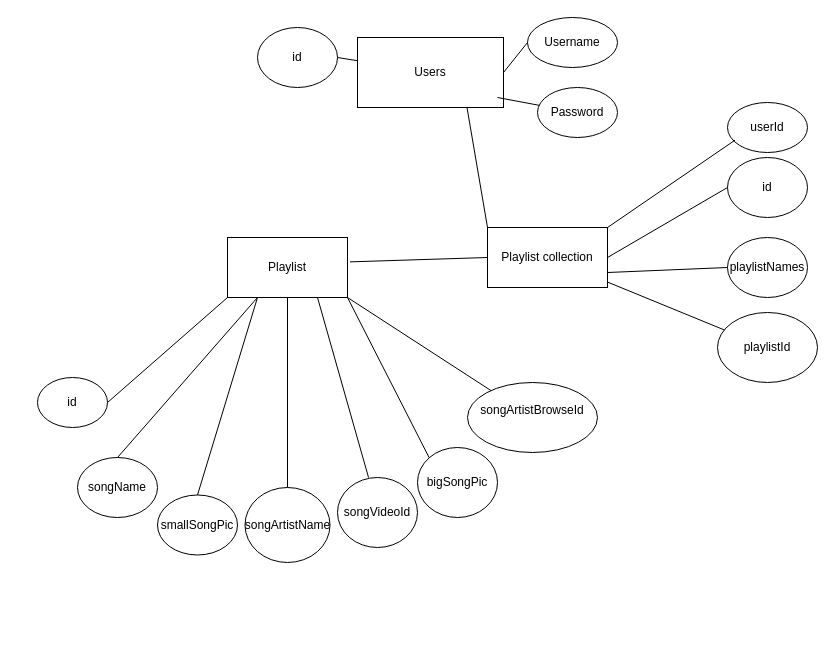
Before: SQLite Database Ljudo.drawio in chinduja-net/Ljudio-group5, a draw.io diagram. Source tidied: cells renumbered, new cells numbered last; positions are measured from the earlier drawing's top-left corner, leaving out a move shared by most shapes. Both pictures are drawn from the tidied source at 100%, with x=0, y=0 at pixel (37, 17).
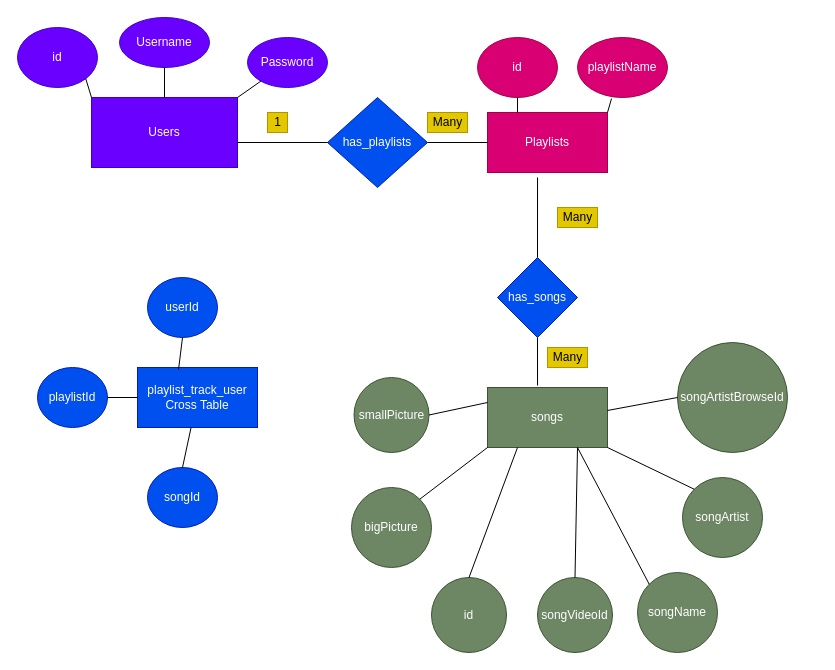
The same diagram, later.

The edit, as a diff of the source:
```diff
@@
-    <mxCell id="2" value="&lt;div&gt;Users&lt;/div&gt;" style="rounded=0;whiteSpace=wrap;html=1;" parent="1" vertex="1">
-      <mxGeometry x="320" y="20" width="146" height="70" as="geometry" />
+    <mxCell id="2" value="&lt;div&gt;Users&lt;/div&gt;" style="rounded=0;whiteSpace=wrap;html=1;fillColor=#6a00ff;strokeColor=#3700CC;fontColor=#ffffff;" parent="1" vertex="1">
+      <mxGeometry x="54" y="80" width="146" height="70" as="geometry" />
     </mxCell>
-    <mxCell id="3" value="Username" style="ellipse;whiteSpace=wrap;html=1;" parent="1" vertex="1">
-      <mxGeometry x="490" width="90" height="50" as="geometry" />
+    <mxCell id="3" value="Username" style="ellipse;whiteSpace=wrap;html=1;fillColor=#6a00ff;strokeColor=#3700CC;fontColor=#ffffff;" parent="1" vertex="1">
+      <mxGeometry x="82" width="90" height="50" as="geometry" />
     </mxCell>
-    <mxCell id="4" value="Password" style="ellipse;whiteSpace=wrap;html=1;" parent="1" vertex="1">
-      <mxGeometry x="500" y="70" width="80" height="50" as="geometry" />
+    <mxCell id="4" value="Password" style="ellipse;whiteSpace=wrap;html=1;fillColor=#6a00ff;strokeColor=#3700CC;fontColor=#ffffff;" parent="1" vertex="1">
+      <mxGeometry x="210" y="20" width="80" height="50" as="geometry" />
     </mxCell>
-    <mxCell id="5" value="Playlist" style="rounded=0;whiteSpace=wrap;html=1;" parent="1" vertex="1">
-      <mxGeometry x="190" y="220" width="120" height="60" as="geometry" />
-    </mxCell>
-    <mxCell id="6" style="endArrow=none;html=1;exitX=1.021;exitY=0.406;exitDx=0;exitDy=0;entryX=0;entryY=0.5;entryDx=0;entryDy=0;exitPerimeter=0;" parent="1" edge="1" source="5" target="17">
-      <mxGeometry relative="1" as="geometry" />
-    </mxCell>
-    <mxCell id="7" value="&lt;div&gt;id&lt;/div&gt;" style="ellipse;whiteSpace=wrap;html=1;" parent="1" vertex="1">
-      <mxGeometry y="360" width="70" height="50" as="geometry" />
-    </mxCell>
-    <mxCell id="8" value="id" style="ellipse;whiteSpace=wrap;html=1;" parent="1" vertex="1">
-      <mxGeometry x="220" y="10" width="80" height="60" as="geometry" />
+    <mxCell id="8" value="id" style="ellipse;whiteSpace=wrap;html=1;fillColor=#6a00ff;strokeColor=#3700CC;fontColor=#ffffff;" parent="1" vertex="1">
+      <mxGeometry x="-20" y="10" width="80" height="60" as="geometry" />
     </mxCell>
-    <mxCell id="9" value="songName" style="ellipse;whiteSpace=wrap;html=1;" parent="1" vertex="1">
-      <mxGeometry x="40" y="440" width="80" height="60" as="geometry" />
-    </mxCell>
-    <mxCell id="10" value="songVideoId" style="ellipse;whiteSpace=wrap;html=1;" parent="1" vertex="1">
-      <mxGeometry x="300" y="460" width="80" height="70" as="geometry" />
-    </mxCell>
-    <mxCell id="11" value="&lt;div&gt;smallSongPic&lt;/div&gt;" style="ellipse;whiteSpace=wrap;html=1;" parent="1" vertex="1">
-      <mxGeometry x="120" y="477.5" width="80" height="60" as="geometry" />
-    </mxCell>
-    <mxCell id="12" value="bigSongPic" style="ellipse;whiteSpace=wrap;html=1;" parent="1" vertex="1">
-      <mxGeometry x="380" y="430" width="80" height="70" as="geometry" />
-    </mxCell>
-    <mxCell id="13" value="songArtistName" style="ellipse;whiteSpace=wrap;html=1;" parent="1" vertex="1">
-      <mxGeometry x="207.5" y="470" width="85" height="75" as="geometry" />
-    </mxCell>
-    <mxCell id="14" value="&lt;div&gt;songArtistBrowseId&lt;/div&gt;&lt;div&gt;&lt;br&gt;&lt;/div&gt;" style="ellipse;whiteSpace=wrap;html=1;" parent="1" vertex="1">
-      <mxGeometry x="430" y="365" width="130" height="70" as="geometry" />
-    </mxCell>
-    <mxCell id="15" style="endArrow=none;html=1;exitX=1;exitY=0.5;exitDx=0;exitDy=0;entryX=0;entryY=1;entryDx=0;entryDy=0;" parent="1" edge="1" source="7" target="5">
-      <mxGeometry relative="1" as="geometry" />
-    </mxCell>
-    <mxCell id="16" style="endArrow=none;html=1;exitX=0.5;exitY=0;exitDx=0;exitDy=0;entryX=0.25;entryY=1;entryDx=0;entryDy=0;" parent="1" edge="1" source="9" target="5">
-      <mxGeometry relative="1" as="geometry" />
-    </mxCell>
-    <mxCell id="17" value="Playlist collection" style="rounded=0;whiteSpace=wrap;html=1;" parent="1" vertex="1">
-      <mxGeometry x="450" y="210" width="120" height="60" as="geometry" />
-    </mxCell>
-    <mxCell id="18" value="&lt;div&gt;userId&lt;/div&gt;" style="ellipse;whiteSpace=wrap;html=1;" parent="1" vertex="1">
-      <mxGeometry x="690" y="85" width="80" height="50" as="geometry" />
-    </mxCell>
-    <mxCell id="19" value="id" style="ellipse;whiteSpace=wrap;html=1;" parent="1" vertex="1">
-      <mxGeometry x="690" y="140" width="80" height="60" as="geometry" />
-    </mxCell>
-    <mxCell id="20" value="playlistNames" style="ellipse;whiteSpace=wrap;html=1;" parent="1" vertex="1">
-      <mxGeometry x="690" y="220" width="80" height="60" as="geometry" />
-    </mxCell>
-    <mxCell id="21" style="endArrow=none;html=1;exitX=0.75;exitY=1;exitDx=0;exitDy=0;entryX=0;entryY=0;entryDx=0;entryDy=0;" parent="1" edge="1" source="2" target="17">
-      <mxGeometry relative="1" as="geometry" />
-    </mxCell>
-    <mxCell id="22" value="playlistId" style="ellipse;whiteSpace=wrap;html=1;" parent="1" vertex="1">
-      <mxGeometry x="680" y="295" width="100" height="70" as="geometry" />
-    </mxCell>
-    <mxCell id="23" style="endArrow=none;html=1;" parent="1" edge="1" source="22" target="17">
-      <mxGeometry relative="1" as="geometry" />
-    </mxCell>
-    <mxCell id="24" style="endArrow=none;html=1;exitX=0;exitY=0.5;exitDx=0;exitDy=0;entryX=1;entryY=0.75;entryDx=0;entryDy=0;" parent="1" edge="1" source="20" target="17">
-      <mxGeometry relative="1" as="geometry" />
-    </mxCell>
-    <mxCell id="25" style="endArrow=none;html=1;exitX=0;exitY=0.5;exitDx=0;exitDy=0;entryX=1;entryY=0.5;entryDx=0;entryDy=0;" parent="1" edge="1" source="19" target="17">
-      <mxGeometry relative="1" as="geometry" />
-    </mxCell>
-    <mxCell id="26" style="endArrow=none;html=1;exitX=0.094;exitY=0.753;exitDx=0;exitDy=0;exitPerimeter=0;entryX=1;entryY=0;entryDx=0;entryDy=0;" parent="1" edge="1" source="18" target="17">
-      <mxGeometry relative="1" as="geometry" />
-    </mxCell>
-    <mxCell id="27" style="endArrow=none;html=1;exitX=0.5;exitY=0;exitDx=0;exitDy=0;entryX=0.25;entryY=1;entryDx=0;entryDy=0;" parent="1" edge="1" source="11" target="5">
-      <mxGeometry relative="1" as="geometry" />
-    </mxCell>
-    <mxCell id="28" style="endArrow=none;html=1;exitX=0.5;exitY=0;exitDx=0;exitDy=0;entryX=0.5;entryY=1;entryDx=0;entryDy=0;" parent="1" edge="1" source="13" target="5">
-      <mxGeometry relative="1" as="geometry" />
-    </mxCell>
-    <mxCell id="29" style="endArrow=none;html=1;exitX=0.388;exitY=0;exitDx=0;exitDy=0;exitPerimeter=0;entryX=0.75;entryY=1;entryDx=0;entryDy=0;" parent="1" edge="1" source="10" target="5">
-      <mxGeometry relative="1" as="geometry" />
-    </mxCell>
-    <mxCell id="30" style="endArrow=none;html=1;entryX=1;entryY=1;entryDx=0;entryDy=0;exitX=0;exitY=0;exitDx=0;exitDy=0;" parent="1" edge="1" source="12" target="5">
-      <mxGeometry relative="1" as="geometry" />
-    </mxCell>
-    <mxCell id="31" style="endArrow=none;html=1;exitX=1;exitY=1;exitDx=0;exitDy=0;" parent="1" edge="1" source="5" target="14">
-      <mxGeometry relative="1" as="geometry" />
-    </mxCell>
-    <mxCell id="32" style="endArrow=none;html=1;exitX=1;exitY=0.5;exitDx=0;exitDy=0;" parent="1" edge="1" source="8" target="2">
+    <mxCell id="32" style="endArrow=none;html=1;exitX=1;exitY=1;exitDx=0;exitDy=0;entryX=0;entryY=0;entryDx=0;entryDy=0;" parent="1" edge="1" source="8" target="2">
       <mxGeometry relative="1" as="geometry" />
     </mxCell>
-    <mxCell id="33" style="endArrow=none;html=1;" parent="1" edge="1" target="4">
-      <mxGeometry relative="1" as="geometry">
-        <mxPoint x="460" y="80" as="sourcePoint" />
-      </mxGeometry>
+    <mxCell id="33" style="endArrow=none;html=1;exitX=1;exitY=0;exitDx=0;exitDy=0;" parent="1" edge="1" source="2" target="4">
+      <mxGeometry relative="1" as="geometry" />
     </mxCell>
-    <mxCell id="34" style="endArrow=none;html=1;entryX=1;entryY=0.5;entryDx=0;entryDy=0;exitX=0;exitY=0.5;exitDx=0;exitDy=0;" parent="1" edge="1" source="3" target="2">
+    <mxCell id="34" style="endArrow=none;html=1;entryX=0.5;entryY=0;entryDx=0;entryDy=0;exitX=0.5;exitY=1;exitDx=0;exitDy=0;" parent="1" edge="1" source="3" target="2">
       <mxGeometry relative="1" as="geometry" />
     </mxCell>
+    <mxCell id="35" value="playlist_track_user&lt;br&gt;Cross Table" style="rounded=0;whiteSpace=wrap;html=1;fillColor=#0050ef;strokeColor=#001DBC;fontColor=#ffffff;" parent="1" vertex="1">
+      <mxGeometry x="100" y="350" width="120" height="60" as="geometry" />
+    </mxCell>
+    <mxCell id="36" value="has_playlists" style="rhombus;whiteSpace=wrap;html=1;fillColor=#0050ef;strokeColor=#001DBC;fontColor=#ffffff;" parent="1" vertex="1">
+      <mxGeometry x="290" y="80" width="100" height="90" as="geometry" />
+    </mxCell>
+    <mxCell id="37" style="endArrow=none;html=1;entryX=0;entryY=0.5;entryDx=0;entryDy=0;" parent="1" edge="1" target="36">
+      <mxGeometry relative="1" as="geometry">
+        <mxPoint x="200" y="125" as="sourcePoint" />
+      </mxGeometry>
+    </mxCell>
+    <mxCell id="38" value="&lt;div&gt;Playlists&lt;/div&gt;" style="rounded=0;whiteSpace=wrap;html=1;fillColor=#d80073;strokeColor=#A50040;fontColor=#ffffff;" parent="1" vertex="1">
+      <mxGeometry x="450" y="95" width="120" height="60" as="geometry" />
+    </mxCell>
+    <mxCell id="39" style="endArrow=none;html=1;exitX=1;exitY=0.5;exitDx=0;exitDy=0;entryX=0;entryY=0.5;entryDx=0;entryDy=0;" parent="1" edge="1" source="36" target="38">
+      <mxGeometry relative="1" as="geometry" />
+    </mxCell>
+    <mxCell id="40" value="id" style="ellipse;whiteSpace=wrap;html=1;fillColor=#d80073;strokeColor=#A50040;fontColor=#ffffff;" parent="1" vertex="1">
+      <mxGeometry x="440" y="20" width="80" height="60" as="geometry" />
+    </mxCell>
+    <mxCell id="41" value="playlistName" style="ellipse;whiteSpace=wrap;html=1;fillColor=#d80073;strokeColor=#A50040;fontColor=#ffffff;" parent="1" vertex="1">
+      <mxGeometry x="540" y="20" width="90" height="60" as="geometry" />
+    </mxCell>
+    <mxCell id="42" style="endArrow=none;html=1;entryX=0.378;entryY=1.017;entryDx=0;entryDy=0;exitX=1;exitY=0;exitDx=0;exitDy=0;entryPerimeter=0;" parent="1" edge="1" source="38" target="41">
+      <mxGeometry relative="1" as="geometry" />
+    </mxCell>
+    <mxCell id="43" style="endArrow=none;html=1;exitX=0.25;exitY=0;exitDx=0;exitDy=0;entryX=0.5;entryY=1;entryDx=0;entryDy=0;" parent="1" edge="1" source="38" target="40">
+      <mxGeometry relative="1" as="geometry" />
+    </mxCell>
+    <mxCell id="44" value="has_songs" style="rhombus;whiteSpace=wrap;html=1;fillColor=#0050ef;strokeColor=#001DBC;fontColor=#ffffff;" parent="1" vertex="1">
+      <mxGeometry x="460" y="240" width="80" height="80" as="geometry" />
+    </mxCell>
+    <mxCell id="45" style="endArrow=none;html=1;exitX=0.417;exitY=1.083;exitDx=0;exitDy=0;exitPerimeter=0;entryX=0.5;entryY=0;entryDx=0;entryDy=0;" parent="1" edge="1" source="38" target="44">
+      <mxGeometry relative="1" as="geometry" />
+    </mxCell>
+    <mxCell id="46" value="songs" style="rounded=0;whiteSpace=wrap;html=1;fillColor=#6d8764;strokeColor=#3A5431;fontColor=#ffffff;" parent="1" vertex="1">
+      <mxGeometry x="450" y="370" width="120" height="60" as="geometry" />
+    </mxCell>
+    <mxCell id="47" style="endArrow=none;html=1;exitX=0.417;exitY=-0.033;exitDx=0;exitDy=0;entryX=0.5;entryY=1;entryDx=0;entryDy=0;exitPerimeter=0;" parent="1" edge="1" source="46" target="44">
+      <mxGeometry relative="1" as="geometry" />
+    </mxCell>
+    <mxCell id="48" value="id" style="ellipse;whiteSpace=wrap;html=1;fillColor=#6d8764;strokeColor=#3A5431;fontColor=#ffffff;" parent="1" vertex="1">
+      <mxGeometry x="394" y="560" width="75" height="75" as="geometry" />
+    </mxCell>
+    <mxCell id="9" value="songName" style="ellipse;whiteSpace=wrap;html=1;fillColor=#6d8764;strokeColor=#3A5431;fontColor=#ffffff;" parent="1" vertex="1">
+      <mxGeometry x="600" y="555" width="80" height="80" as="geometry" />
+    </mxCell>
+    <mxCell id="49" value="&lt;div&gt;songArtist&lt;/div&gt;" style="ellipse;whiteSpace=wrap;html=1;fillColor=#6d8764;strokeColor=#3A5431;fontColor=#ffffff;" parent="1" vertex="1">
+      <mxGeometry x="645" y="460" width="80" height="80" as="geometry" />
+    </mxCell>
+    <mxCell id="50" value="smallPicture" style="ellipse;whiteSpace=wrap;html=1;fillColor=#6d8764;strokeColor=#3A5431;fontColor=#ffffff;" parent="1" vertex="1">
+      <mxGeometry x="316.5" y="360" width="75" height="75" as="geometry" />
+    </mxCell>
+    <mxCell id="51" value="&lt;div&gt;bigPicture&lt;/div&gt;" style="ellipse;whiteSpace=wrap;html=1;rotation=0;fillColor=#6d8764;strokeColor=#3A5431;fontColor=#ffffff;" parent="1" vertex="1">
+      <mxGeometry x="314" y="470" width="80" height="80" as="geometry" />
+    </mxCell>
+    <mxCell id="10" value="songVideoId" style="ellipse;whiteSpace=wrap;html=1;fillColor=#6d8764;strokeColor=#3A5431;fontColor=#ffffff;" parent="1" vertex="1">
+      <mxGeometry x="500" y="560" width="75" height="75" as="geometry" />
+    </mxCell>
+    <mxCell id="14" value="songArtistBrowseId" style="ellipse;whiteSpace=wrap;html=1;fillColor=#6d8764;strokeColor=#3A5431;fontColor=#ffffff;" parent="1" vertex="1">
+      <mxGeometry x="640" y="325" width="110" height="110" as="geometry" />
+    </mxCell>
+    <mxCell id="52" style="endArrow=none;html=1;exitX=1;exitY=0.5;exitDx=0;exitDy=0;entryX=0;entryY=0.25;entryDx=0;entryDy=0;" parent="1" edge="1" source="50" target="46">
+      <mxGeometry relative="1" as="geometry" />
+    </mxCell>
+    <mxCell id="53" style="endArrow=none;html=1;exitX=1;exitY=0;exitDx=0;exitDy=0;" parent="1" edge="1" source="51">
+      <mxGeometry relative="1" as="geometry">
+        <mxPoint x="450" y="430" as="targetPoint" />
+        <Array as="points">
+          <mxPoint x="450" y="430" />
+        </Array>
+      </mxGeometry>
+    </mxCell>
+    <mxCell id="54" style="endArrow=none;html=1;exitX=0.5;exitY=0;exitDx=0;exitDy=0;entryX=0.25;entryY=1;entryDx=0;entryDy=0;" parent="1" edge="1" source="48" target="46">
+      <mxGeometry relative="1" as="geometry" />
+    </mxCell>
+    <mxCell id="55" style="endArrow=none;html=1;exitX=0.5;exitY=0;exitDx=0;exitDy=0;entryX=0.75;entryY=1;entryDx=0;entryDy=0;" parent="1" edge="1" source="10" target="46">
+      <mxGeometry relative="1" as="geometry" />
+    </mxCell>
+    <mxCell id="56" style="endArrow=none;html=1;exitX=0;exitY=0;exitDx=0;exitDy=0;entryX=0.75;entryY=1;entryDx=0;entryDy=0;" parent="1" edge="1" source="9" target="46">
+      <mxGeometry relative="1" as="geometry" />
+    </mxCell>
+    <mxCell id="57" style="endArrow=none;html=1;exitX=0;exitY=0;exitDx=0;exitDy=0;entryX=1;entryY=1;entryDx=0;entryDy=0;" parent="1" edge="1" source="49" target="46">
+      <mxGeometry relative="1" as="geometry" />
+    </mxCell>
+    <mxCell id="58" style="endArrow=none;html=1;exitX=0;exitY=0.5;exitDx=0;exitDy=0;entryX=1;entryY=0.383;entryDx=0;entryDy=0;entryPerimeter=0;" parent="1" edge="1" source="14" target="46">
+      <mxGeometry relative="1" as="geometry" />
+    </mxCell>
+    <mxCell id="22" value="playlistId" style="ellipse;whiteSpace=wrap;html=1;fillColor=#0050ef;strokeColor=#001DBC;fontColor=#ffffff;" parent="1" vertex="1">
+      <mxGeometry y="350" width="70" height="60" as="geometry" />
+    </mxCell>
+    <mxCell id="18" value="userId" style="ellipse;whiteSpace=wrap;html=1;fillColor=#0050ef;strokeColor=#001DBC;fontColor=#ffffff;" parent="1" vertex="1">
+      <mxGeometry x="110" y="260" width="70" height="60" as="geometry" />
+    </mxCell>
+    <mxCell id="59" value="songId" style="ellipse;whiteSpace=wrap;html=1;fillColor=#0050ef;strokeColor=#001DBC;fontColor=#ffffff;" parent="1" vertex="1">
+      <mxGeometry x="110" y="450" width="70" height="60" as="geometry" />
+    </mxCell>
+    <mxCell id="60" style="endArrow=none;html=1;exitX=1;exitY=0.5;exitDx=0;exitDy=0;entryX=0;entryY=0.5;entryDx=0;entryDy=0;" parent="1" edge="1" source="22" target="35">
+      <mxGeometry relative="1" as="geometry" />
+    </mxCell>
+    <mxCell id="61" style="endArrow=none;html=1;entryX=0.342;entryY=0.033;entryDx=0;entryDy=0;entryPerimeter=0;exitX=0.5;exitY=1;exitDx=0;exitDy=0;" parent="1" edge="1" source="18" target="35">
+      <mxGeometry relative="1" as="geometry" />
+    </mxCell>
+    <mxCell id="62" style="endArrow=none;html=1;exitX=0.5;exitY=0;exitDx=0;exitDy=0;" parent="1" edge="1" source="59" target="35">
+      <mxGeometry relative="1" as="geometry" />
+    </mxCell>
+    <mxCell id="63" value="1" style="text;html=1;align=center;verticalAlign=middle;strokeColor=#B09500;fillColor=#e3c800;fontColor=#000000;" parent="1" vertex="1">
+      <mxGeometry x="230" y="95" width="20" height="20" as="geometry" />
+    </mxCell>
+    <mxCell id="64" value="Many" style="text;html=1;align=center;verticalAlign=middle;strokeColor=#B09500;fillColor=#e3c800;fontColor=#000000;" parent="1" vertex="1">
+      <mxGeometry x="390" y="95" width="40" height="20" as="geometry" />
+    </mxCell>
+    <mxCell id="65" value="Many" style="text;html=1;align=center;verticalAlign=middle;strokeColor=#B09500;fillColor=#e3c800;fontColor=#000000;" parent="1" vertex="1">
+      <mxGeometry x="520" y="190" width="40" height="20" as="geometry" />
+    </mxCell>
+    <mxCell id="66" value="Many" style="text;html=1;align=center;verticalAlign=middle;strokeColor=#B09500;fillColor=#e3c800;fontColor=#000000;" parent="1" vertex="1">
+      <mxGeometry x="510" y="330" width="40" height="20" as="geometry" />
+    </mxCell>
```
